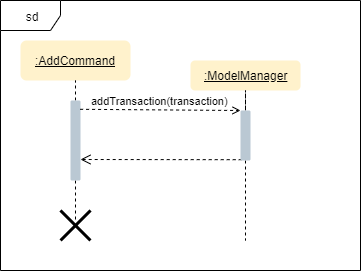
AY1920S1-CS2103T-T13-3/main keeps this draw.io diagram as images/HomeAddCommandSD.png. Above is the earlier version. Source tidied: cells renumbered, new cells last; positions are measured from the earlier drawing's top-left corner, leaving out a move shared by most shapes.
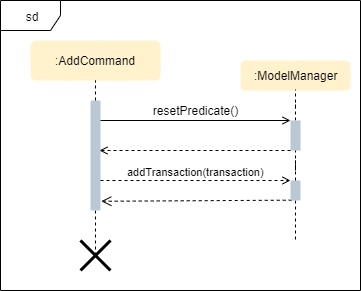
The same diagram one commit later.

Diff of the diagram source:
```diff
@@ -1,53 +1,81 @@
 <mxGraphModel>
   <root>
-    <mxCell id="0" />
-    <mxCell id="1" parent="0" />
+    <mxCell id="14" />
+    <mxCell id="15" parent="14" />
+    <mxCell id="16" style="edgeStyle=orthogonalEdgeStyle;rounded=0;jettySize=auto;html=1;startArrow=none;startFill=0;endArrow=none;endFill=0;targetPerimeterSpacing=-1;dashed=1;" parent="15" edge="1" source="18">
+      <mxGeometry relative="1" as="geometry">
+        <mxPoint x="165" y="276" as="targetPoint" />
+      </mxGeometry>
+    </mxCell>
-    <mxCell id="2" value="sd" style="shape=umlFrame;whiteSpace=wrap;html=1;" parent="1" vertex="1">
-      <mxGeometry width="360" height="270" as="geometry" />
+    <mxCell id="2" value="sd" style="shape=umlFrame;whiteSpace=wrap;html=1;" parent="15" vertex="1">
+      <mxGeometry x="70" y="20" width="360" height="290" as="geometry" />
     </mxCell>
-    <mxCell id="3" value="&lt;u&gt;:AddCommand&lt;/u&gt;" style="html=1;fillColor=#fff2cc;strokeColor=none;rounded=1;" parent="1" vertex="1">
-      <mxGeometry x="20" y="40" width="110" height="40" as="geometry" />
+    <mxCell id="3" value=":AddCommand" style="html=1;fillColor=#fff2cc;strokeColor=none;rounded=1;" parent="15" vertex="1">
+      <mxGeometry x="100" y="60" width="130" height="40" as="geometry" />
     </mxCell>
-    <mxCell id="4" style="edgeStyle=orthogonalEdgeStyle;rounded=0;jettySize=auto;html=1;entryX=0.5;entryY=1;entryDx=0;entryDy=0;endArrow=none;endFill=0;dashed=1;" parent="1" edge="1" source="6" target="3">
-      <mxGeometry relative="1" as="geometry">
-        <Array as="points">
-          <mxPoint x="75" y="160" />
-          <mxPoint x="75" y="160" />
-        </Array>
-      </mxGeometry>
-    </mxCell>
-    <mxCell id="5" style="edgeStyle=orthogonalEdgeStyle;rounded=0;jettySize=auto;html=1;dashed=1;endArrow=none;endFill=0;" parent="1" edge="1" source="6">
-      <mxGeometry relative="1" as="geometry">
-        <mxPoint x="75" y="220" as="targetPoint" />
-      </mxGeometry>
-    </mxCell>
-    <mxCell id="6" style="html=1;points=[];perimeter=orthogonalPerimeter;fillColor=#bac8d3;strokeColor=none;rounded=1;" parent="1" vertex="1">
-      <mxGeometry x="70" y="100" width="10" height="80" as="geometry" />
-    </mxCell>
+    <mxCell id="17" style="edgeStyle=orthogonalEdgeStyle;rounded=0;jettySize=auto;html=1;entryX=0.5;entryY=1;entryDx=0;entryDy=0;endArrow=none;endFill=0;dashed=1;" parent="15" edge="1" source="18" target="3">
+      <mxGeometry relative="1" as="geometry">
+        <Array as="points">
+          <mxPoint x="165" y="180" />
+          <mxPoint x="165" y="180" />
+        </Array>
+      </mxGeometry>
+    </mxCell>
+    <mxCell id="18" style="html=1;points=[];perimeter=orthogonalPerimeter;fillColor=#bac8d3;strokeColor=none;rounded=1;" parent="15" vertex="1">
+      <mxGeometry x="160" y="120" width="10" height="110" as="geometry" />
+    </mxCell>
-    <mxCell id="7" value="&lt;u&gt;:ModelManager&lt;/u&gt;" style="html=1;fillColor=#fff2cc;strokeColor=none;rounded=1;" parent="1" vertex="1">
-      <mxGeometry x="190" y="60" width="110" height="30" as="geometry" />
+    <mxCell id="7" value=":ModelManager" style="html=1;fillColor=#fff2cc;strokeColor=none;rounded=1;" parent="15" vertex="1">
+      <mxGeometry x="310" y="80" width="110" height="30" as="geometry" />
     </mxCell>
-    <mxCell id="8" value="addTransaction(transaction)" style="html=1;verticalAlign=bottom;endArrow=open;entryX=0;entryY=0;dashed=1;endFill=0;exitX=0.96;exitY=0.11;exitDx=0;exitDy=0;exitPerimeter=0;" parent="1" edge="1" source="6" target="12">
+    <mxCell id="8" value="addTransaction(transaction)" style="html=1;verticalAlign=bottom;endArrow=open;entryX=0;entryY=0;dashed=1;endFill=0;" parent="15" edge="1" source="18" target="21">
       <mxGeometry relative="1" as="geometry" />
     </mxCell>
-    <mxCell id="9" style="html=1;verticalAlign=bottom;endArrow=open;dashed=1;endSize=8;exitX=0.12;exitY=0.984;exitDx=0;exitDy=0;exitPerimeter=0;" parent="1" edge="1" source="12">
-      <mxGeometry relative="1" as="geometry">
-        <mxPoint x="80" y="159" as="targetPoint" />
-      </mxGeometry>
-    </mxCell>
-    <mxCell id="10" style="edgeStyle=orthogonalEdgeStyle;rounded=0;jettySize=auto;html=1;entryX=0.5;entryY=1;entryDx=0;entryDy=0;dashed=1;endArrow=none;endFill=0;" parent="1" edge="1" source="12" target="7">
-      <mxGeometry relative="1" as="geometry" />
-    </mxCell>
-    <mxCell id="11" style="edgeStyle=orthogonalEdgeStyle;rounded=0;jettySize=auto;html=1;dashed=1;endArrow=none;endFill=0;" parent="1" edge="1" source="12">
-      <mxGeometry relative="1" as="geometry">
-        <mxPoint x="245" y="240" as="targetPoint" />
-      </mxGeometry>
-    </mxCell>
-    <mxCell id="12" style="html=1;points=[];perimeter=orthogonalPerimeter;rounded=1;fillColor=#bac8d3;strokeColor=none;" parent="1" vertex="1">
-      <mxGeometry x="240" y="110" width="10" height="50" as="geometry" />
-    </mxCell>
-    <mxCell id="13" style="shape=umlDestroy;whiteSpace=wrap;html=1;strokeWidth=3;" parent="1" vertex="1">
-      <mxGeometry x="60" y="210" width="30" height="30" as="geometry" />
-    </mxCell>
+    <mxCell id="19" style="html=1;verticalAlign=bottom;endArrow=open;dashed=1;endSize=8;exitX=0.12;exitY=0.984;exitDx=0;exitDy=0;exitPerimeter=0;entryX=1.08;entryY=0.916;entryDx=0;entryDy=0;entryPerimeter=0;" parent="15" edge="1" source="21" target="18">
+      <mxGeometry relative="1" as="geometry" />
+    </mxCell>
+    <mxCell id="20" style="edgeStyle=orthogonalEdgeStyle;rounded=0;jettySize=auto;html=1;dashed=1;endArrow=none;endFill=0;" parent="15" edge="1" source="21">
+      <mxGeometry relative="1" as="geometry">
+        <mxPoint x="365" y="260" as="targetPoint" />
+        <Array as="points">
+          <mxPoint x="365" y="260" />
+        </Array>
+      </mxGeometry>
+    </mxCell>
+    <mxCell id="21" style="html=1;points=[];perimeter=orthogonalPerimeter;rounded=1;fillColor=#bac8d3;strokeColor=none;" parent="15" vertex="1">
+      <mxGeometry x="360" y="200" width="10" height="20" as="geometry" />
+    </mxCell>
+    <mxCell id="22" style="shape=umlDestroy;whiteSpace=wrap;html=1;strokeWidth=3;" parent="15" vertex="1">
+      <mxGeometry x="150" y="260" width="30" height="30" as="geometry" />
+    </mxCell>
+    <mxCell id="23" style="edgeStyle=orthogonalEdgeStyle;rounded=0;jettySize=auto;html=1;dashed=1;startArrow=none;startFill=0;endArrow=none;endFill=0;targetPerimeterSpacing=-1;" parent="15" edge="1" source="26">
+      <mxGeometry relative="1" as="geometry">
+        <mxPoint x="365" y="109" as="targetPoint" />
+      </mxGeometry>
+    </mxCell>
+    <mxCell id="24" style="edgeStyle=orthogonalEdgeStyle;rounded=0;jettySize=auto;html=1;startArrow=open;startFill=0;endArrow=none;endFill=0;targetPerimeterSpacing=-1;" parent="15" edge="1" source="26">
+      <mxGeometry relative="1" as="geometry">
+        <mxPoint x="170" y="140" as="targetPoint" />
+        <Array as="points">
+          <mxPoint x="170" y="140" />
+        </Array>
+      </mxGeometry>
+    </mxCell>
+    <mxCell id="25" style="edgeStyle=orthogonalEdgeStyle;rounded=0;jettySize=auto;html=1;startArrow=none;startFill=0;endArrow=open;endFill=0;targetPerimeterSpacing=-1;dashed=1;" parent="15" edge="1" source="26">
+      <mxGeometry relative="1" as="geometry">
+        <mxPoint x="169" y="170" as="targetPoint" />
+        <Array as="points">
+          <mxPoint x="169" y="170" />
+        </Array>
+      </mxGeometry>
+    </mxCell>
+    <mxCell id="26" style="html=1;points=[];perimeter=orthogonalPerimeter;strokeColor=none;fillColor=#bac8d3;" parent="15" vertex="1">
+      <mxGeometry x="360" y="140" width="10" height="30" as="geometry" />
+    </mxCell>
+    <mxCell id="27" style="edgeStyle=orthogonalEdgeStyle;rounded=0;jettySize=auto;html=1;entryX=0.5;entryY=1;entryDx=0;entryDy=0;dashed=1;endArrow=none;endFill=0;" parent="15" edge="1" source="21" target="26">
+      <mxGeometry relative="1" as="geometry" />
+    </mxCell>
+    <mxCell id="28" value="resetPredicate()" style="text;html=1;strokeColor=none;fillColor=none;align=center;verticalAlign=middle;whiteSpace=wrap;rounded=0;" parent="15" vertex="1">
+      <mxGeometry x="245" y="120" width="40" height="20" as="geometry" />
+    </mxCell>
   </root>
 </mxGraphModel>
```
